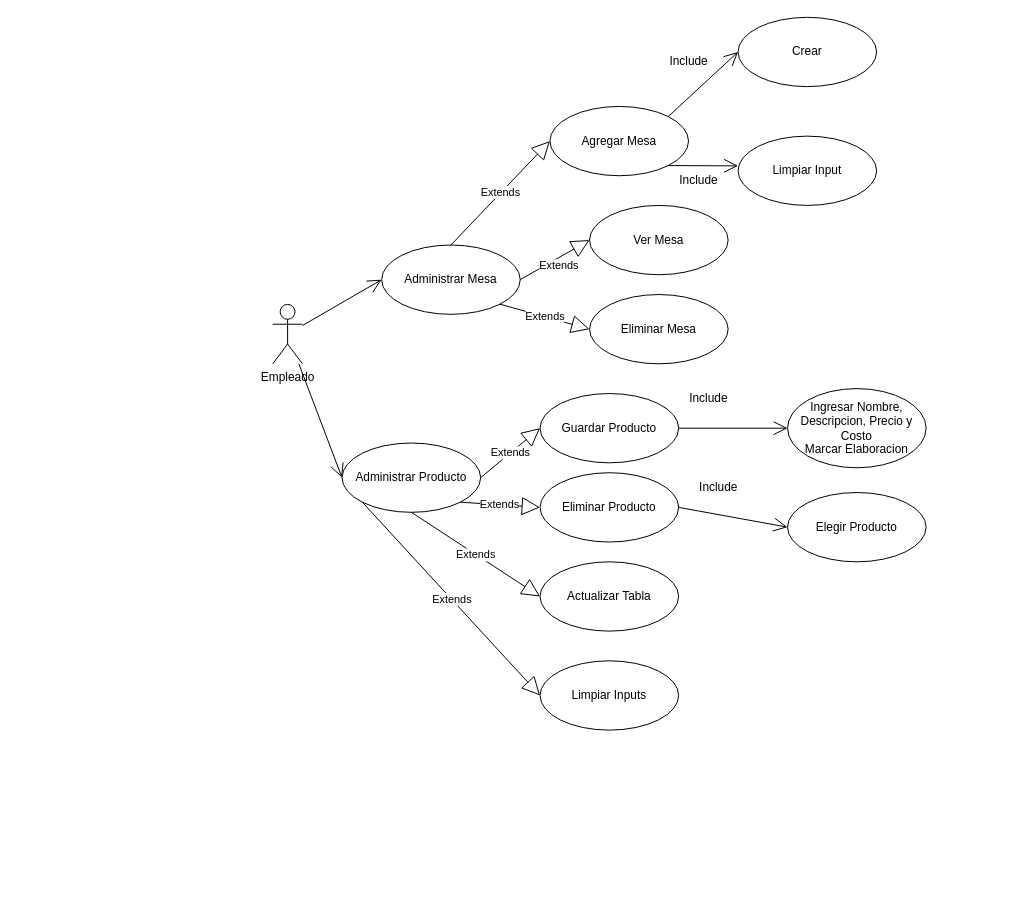
This is Caso_de_Uso_TitoRestobar.drawio from VinceSM/Diagramas_Tito, a draw.io file, before an edit. Source tidied: cells renumbered, new cells numbered last; positions are measured from the earlier drawing's top-left corner, leaving out a move shared by most shapes. Both pictures are drawn from the tidied source at 99%, with x=0, y=0 at pixel (272, 17).
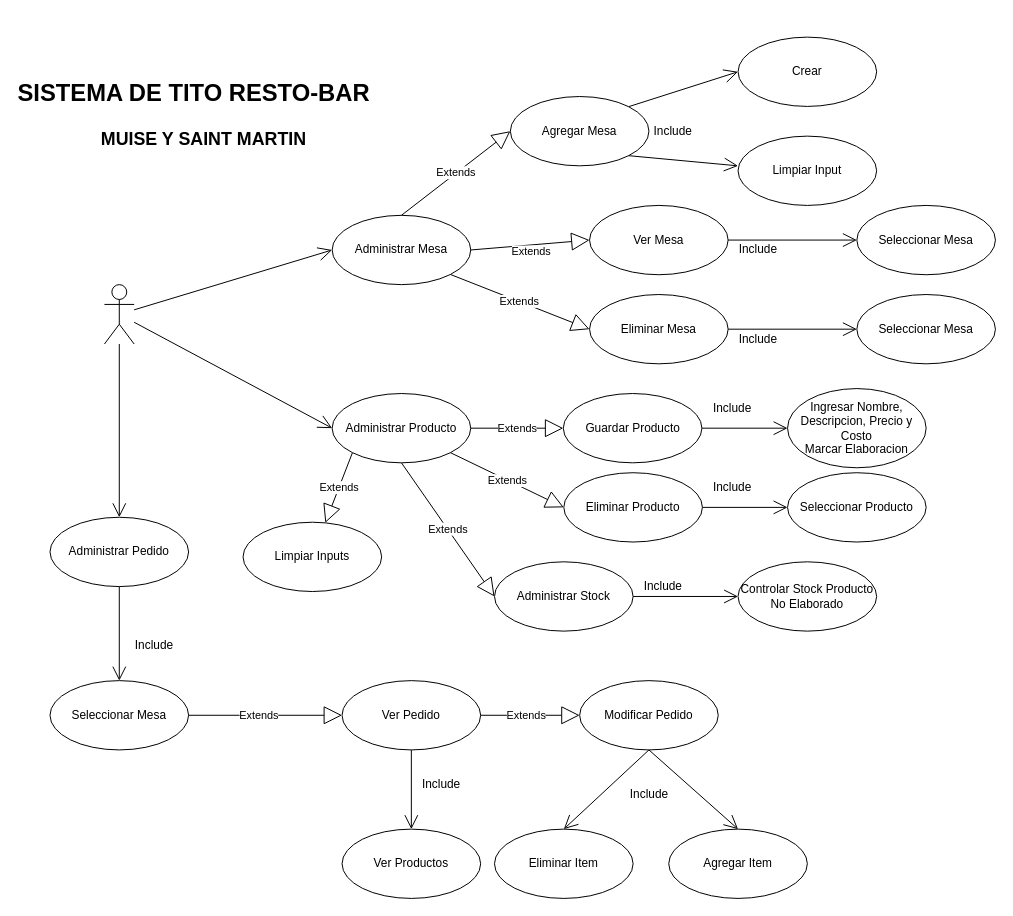
The same diagram, later.

Commit message (it also covers changes not shown here):
Diagrama CDU Terminado

Unchanged cells that the change refers to:
```xml
<mxCell id="6" value="Ver Mesa" style="ellipse;whiteSpace=wrap;html=1;" parent="1" vertex="1">
  <mxGeometry x="320" y="190" width="140" height="70" as="geometry" />
</mxCell>
<mxCell id="9" value="Eliminar Mesa" style="ellipse;whiteSpace=wrap;html=1;" parent="1" vertex="1">
  <mxGeometry x="320" y="280" width="140" height="70" as="geometry" />
</mxCell>
```

The edit, as a diff of the source:
```diff
@@
-    <mxCell id="2" value="Empleado" style="shape=umlActor;verticalLabelPosition=bottom;verticalAlign=top;html=1;outlineConnect=0;" parent="1" vertex="1">
-      <mxGeometry y="290" width="30" height="60" as="geometry" />
+    <mxCell id="2" style="shape=umlActor;verticalLabelPosition=bottom;verticalAlign=top;html=1;outlineConnect=0;" parent="1" vertex="1">
+      <mxGeometry x="-170" y="270" width="30" height="60" as="geometry" />
     </mxCell>
     <mxCell id="3" value="Administrar Mesa" style="ellipse;whiteSpace=wrap;html=1;" parent="1" vertex="1">
-      <mxGeometry x="110" y="230" width="140" height="70" as="geometry" />
+      <mxGeometry x="60" y="200" width="140" height="70" as="geometry" />
     </mxCell>
@@
     <mxCell id="5" value="Agregar Mesa" style="ellipse;whiteSpace=wrap;html=1;" parent="1" vertex="1">
-      <mxGeometry x="280" y="90" width="140" height="70" as="geometry" />
+      <mxGeometry x="240" y="80" width="140" height="70" as="geometry" />
     </mxCell>
@@
     <mxCell id="10" value="Crear" style="ellipse;whiteSpace=wrap;html=1;" parent="1" vertex="1">
-      <mxGeometry x="470" width="140" height="70" as="geometry" />
+      <mxGeometry x="470" y="20" width="140" height="70" as="geometry" />
     </mxCell>
@@
     <mxCell id="14" value="Include" style="text;html=1;align=center;verticalAlign=middle;strokeColor=none;fillColor=none;" parent="1" vertex="1">
-      <mxGeometry x="400" y="150" width="60" height="30" as="geometry" />
+      <mxGeometry x="374" y="100" width="60" height="30" as="geometry" />
     </mxCell>
-    <mxCell id="15" value="Include" style="text;html=1;align=center;verticalAlign=middle;strokeColor=none;fillColor=none;" parent="1" vertex="1">
-      <mxGeometry x="390" y="30" width="60" height="30" as="geometry" />
-    </mxCell>
@@
     <mxCell id="18" value="Administrar Producto" style="ellipse;whiteSpace=wrap;html=1;" parent="1" vertex="1">
-      <mxGeometry x="70" y="430" width="140" height="70" as="geometry" />
+      <mxGeometry x="60" y="380" width="140" height="70" as="geometry" />
     </mxCell>
@@
     <mxCell id="20" value="Guardar Producto" style="ellipse;whiteSpace=wrap;html=1;" parent="1" vertex="1">
-      <mxGeometry x="270" y="380" width="140" height="70" as="geometry" />
+      <mxGeometry x="293.5" y="380" width="140" height="70" as="geometry" />
     </mxCell>
@@
     <mxCell id="23" value="Include" style="text;html=1;align=center;verticalAlign=middle;strokeColor=none;fillColor=none;" parent="1" vertex="1">
-      <mxGeometry x="410" y="370" width="60" height="30" as="geometry" />
+      <mxGeometry x="434" y="380" width="60" height="30" as="geometry" />
     </mxCell>
@@
     <mxCell id="25" value="Eliminar Producto" style="ellipse;whiteSpace=wrap;html=1;" parent="1" vertex="1">
-      <mxGeometry x="270" y="460" width="140" height="70" as="geometry" />
+      <mxGeometry x="294" y="460" width="140" height="70" as="geometry" />
     </mxCell>
@@
-    <mxCell id="27" value="Elegir Producto" style="ellipse;whiteSpace=wrap;html=1;" parent="1" vertex="1">
-      <mxGeometry x="520" y="480" width="140" height="70" as="geometry" />
+    <mxCell id="27" value="Seleccionar Producto" style="ellipse;whiteSpace=wrap;html=1;" parent="1" vertex="1">
+      <mxGeometry x="520" y="460" width="140" height="70" as="geometry" />
     </mxCell>
     <mxCell id="28" value="Include" style="text;html=1;align=center;verticalAlign=middle;strokeColor=none;fillColor=none;" parent="1" vertex="1">
-      <mxGeometry x="420" y="460" width="60" height="30" as="geometry" />
+      <mxGeometry x="433.5" y="460" width="60" height="30" as="geometry" />
     </mxCell>
-    <mxCell id="29" value="Extends" style="endArrow=block;endSize=16;endFill=0;html=1;rounded=0;exitX=0.5;exitY=1;exitDx=0;exitDy=0;entryX=0;entryY=0.5;entryDx=0;entryDy=0;" parent="1" edge="1" source="18" target="30">
+    <mxCell id="29" value="Extends" style="endArrow=block;endSize=16;endFill=0;html=1;rounded=0;exitX=0.5;exitY=1;exitDx=0;exitDy=0;entryX=0;entryY=0.5;entryDx=0;entryDy=0;" parent="1" edge="1" source="18" target="56">
       <mxGeometry relative="1" as="geometry" />
     </mxCell>
-    <mxCell id="30" value="Actualizar Tabla" style="ellipse;whiteSpace=wrap;html=1;" parent="1" vertex="1">
-      <mxGeometry x="270" y="550" width="140" height="70" as="geometry" />
-    </mxCell>
+    <mxCell id="32" value="Limpiar Inputs" style="ellipse;whiteSpace=wrap;html=1;" parent="1" vertex="1">
+      <mxGeometry x="-30" y="510" width="140" height="70" as="geometry" />
+    </mxCell>
+    <mxCell id="33" style="endArrow=open;endFill=1;endSize=12;html=1;rounded=0;exitX=1;exitY=0.5;exitDx=0;exitDy=0;entryX=0;entryY=0.5;entryDx=0;entryDy=0;" parent="1" edge="1" source="6" target="35">
+      <mxGeometry relative="1" as="geometry" />
+    </mxCell>
+    <mxCell id="34" value="Include" style="text;html=1;align=center;verticalAlign=middle;strokeColor=none;fillColor=none;" parent="1" vertex="1">
+      <mxGeometry x="460" y="220" width="60" height="30" as="geometry" />
+    </mxCell>
+    <mxCell id="35" value="Seleccionar Mesa" style="ellipse;whiteSpace=wrap;html=1;" parent="1" vertex="1">
+      <mxGeometry x="590" y="190" width="140" height="70" as="geometry" />
+    </mxCell>
+    <mxCell id="36" style="endArrow=open;endFill=1;endSize=12;html=1;rounded=0;exitX=1;exitY=0.5;exitDx=0;exitDy=0;entryX=0;entryY=0.5;entryDx=0;entryDy=0;" parent="1" edge="1" source="9" target="38">
+      <mxGeometry relative="1" as="geometry" />
+    </mxCell>
+    <mxCell id="37" value="Include" style="text;html=1;align=center;verticalAlign=middle;strokeColor=none;fillColor=none;" parent="1" vertex="1">
+      <mxGeometry x="460" y="310" width="60" height="30" as="geometry" />
+    </mxCell>
+    <mxCell id="38" value="Seleccionar Mesa" style="ellipse;whiteSpace=wrap;html=1;" parent="1" vertex="1">
+      <mxGeometry x="590" y="280" width="140" height="70" as="geometry" />
+    </mxCell>
+    <mxCell id="39" style="endArrow=open;endFill=1;endSize=12;html=1;rounded=0;entryX=0.5;entryY=0;entryDx=0;entryDy=0;" parent="1" edge="1" source="2" target="40">
+      <mxGeometry relative="1" as="geometry" />
+    </mxCell>
+    <mxCell id="40" value="Administrar Pedido" style="ellipse;whiteSpace=wrap;html=1;" parent="1" vertex="1">
+      <mxGeometry x="-225" y="505" width="140" height="70" as="geometry" />
+    </mxCell>
+    <mxCell id="41" style="endArrow=open;endFill=1;endSize=12;html=1;rounded=0;exitX=0.5;exitY=1;exitDx=0;exitDy=0;entryX=0.5;entryY=0;entryDx=0;entryDy=0;" parent="1" edge="1" source="40" target="43">
+      <mxGeometry relative="1" as="geometry" />
+    </mxCell>
+    <mxCell id="42" value="Include" style="text;html=1;align=center;verticalAlign=middle;strokeColor=none;fillColor=none;" parent="1" vertex="1">
+      <mxGeometry x="-150" y="620" width="60" height="30" as="geometry" />
+    </mxCell>
+    <mxCell id="43" value="Seleccionar Mesa" style="ellipse;whiteSpace=wrap;html=1;" parent="1" vertex="1">
+      <mxGeometry x="-225" y="670" width="140" height="70" as="geometry" />
+    </mxCell>
+    <mxCell id="44" value="Extends" style="endArrow=block;endSize=16;endFill=0;html=1;rounded=0;exitX=1;exitY=0.5;exitDx=0;exitDy=0;entryX=0;entryY=0.5;entryDx=0;entryDy=0;" parent="1" edge="1" source="43" target="45">
+      <mxGeometry x="-0.08" relative="1" as="geometry" />
+    </mxCell>
+    <mxCell id="45" value="Ver Pedido" style="ellipse;whiteSpace=wrap;html=1;" parent="1" vertex="1">
+      <mxGeometry x="70" y="670" width="140" height="70" as="geometry" />
+    </mxCell>
+    <mxCell id="46" value="Extends" style="endArrow=block;endSize=16;endFill=0;html=1;rounded=0;exitX=1;exitY=0.5;exitDx=0;exitDy=0;entryX=0;entryY=0.5;entryDx=0;entryDy=0;" parent="1" edge="1" source="45" target="47">
+      <mxGeometry x="-0.08" relative="1" as="geometry" />
+    </mxCell>
+    <mxCell id="47" value="Modificar Pedido" style="ellipse;whiteSpace=wrap;html=1;" parent="1" vertex="1">
+      <mxGeometry x="310" y="670" width="140" height="70" as="geometry" />
+    </mxCell>
+    <mxCell id="48" value="Include" style="text;html=1;align=center;verticalAlign=middle;strokeColor=none;fillColor=none;" parent="1" vertex="1">
+      <mxGeometry x="350" y="770" width="60" height="30" as="geometry" />
+    </mxCell>
+    <mxCell id="49" style="endArrow=open;endFill=1;endSize=12;html=1;rounded=0;exitX=0.5;exitY=1;exitDx=0;exitDy=0;entryX=0.5;entryY=0;entryDx=0;entryDy=0;" parent="1" edge="1" source="47" target="50">
+      <mxGeometry relative="1" as="geometry" />
+    </mxCell>
+    <mxCell id="50" value="Agregar Item" style="ellipse;whiteSpace=wrap;html=1;" parent="1" vertex="1">
+      <mxGeometry x="400" y="820" width="140" height="70" as="geometry" />
+    </mxCell>
+    <mxCell id="51" style="endArrow=open;endFill=1;endSize=12;html=1;rounded=0;exitX=0.5;exitY=1;exitDx=0;exitDy=0;entryX=0.5;entryY=0;entryDx=0;entryDy=0;" parent="1" edge="1" source="47" target="52">
+      <mxGeometry relative="1" as="geometry" />
+    </mxCell>
+    <mxCell id="52" value="Eliminar Item" style="ellipse;whiteSpace=wrap;html=1;" parent="1" vertex="1">
+      <mxGeometry x="224" y="820" width="140" height="70" as="geometry" />
+    </mxCell>
+    <mxCell id="53" style="endArrow=open;endFill=1;endSize=12;html=1;rounded=0;exitX=0.5;exitY=1;exitDx=0;exitDy=0;entryX=0.5;entryY=0;entryDx=0;entryDy=0;" parent="1" edge="1" source="45" target="55">
+      <mxGeometry relative="1" as="geometry" />
+    </mxCell>
+    <mxCell id="54" value="Include" style="text;html=1;align=center;verticalAlign=middle;strokeColor=none;fillColor=none;" parent="1" vertex="1">
+      <mxGeometry x="140" y="760" width="60" height="30" as="geometry" />
+    </mxCell>
+    <mxCell id="55" value="Ver Productos" style="ellipse;whiteSpace=wrap;html=1;" parent="1" vertex="1">
+      <mxGeometry x="70" y="820" width="140" height="70" as="geometry" />
+    </mxCell>
-    <mxCell id="31" value="Extends" style="endArrow=block;endSize=16;endFill=0;html=1;rounded=0;exitX=0;exitY=1;exitDx=0;exitDy=0;entryX=0;entryY=0.5;entryDx=0;entryDy=0;" parent="1" edge="1" source="18" target="32">
+    <mxCell id="31" value="Extends" style="endArrow=block;endSize=16;endFill=0;html=1;rounded=0;exitX=0;exitY=1;exitDx=0;exitDy=0;" parent="1" edge="1" source="18" target="32">
       <mxGeometry relative="1" as="geometry" />
     </mxCell>
-    <mxCell id="32" value="Limpiar Inputs" style="ellipse;whiteSpace=wrap;html=1;" parent="1" vertex="1">
-      <mxGeometry x="270" y="650" width="140" height="70" as="geometry" />
-    </mxCell>
+    <mxCell id="56" value="Administrar Stock" style="ellipse;whiteSpace=wrap;html=1;" parent="1" vertex="1">
+      <mxGeometry x="224" y="550" width="140" height="70" as="geometry" />
+    </mxCell>
+    <mxCell id="57" value="Include" style="text;html=1;align=center;verticalAlign=middle;strokeColor=none;fillColor=none;" parent="1" vertex="1">
+      <mxGeometry x="364" y="560" width="60" height="30" as="geometry" />
+    </mxCell>
+    <mxCell id="58" style="endArrow=open;endFill=1;endSize=12;html=1;rounded=0;exitX=1;exitY=0.5;exitDx=0;exitDy=0;entryX=0;entryY=0.5;entryDx=0;entryDy=0;" parent="1" edge="1" source="56" target="59">
+      <mxGeometry relative="1" as="geometry" />
+    </mxCell>
+    <mxCell id="59" value="Controlar Stock Producto No Elaborado" style="ellipse;whiteSpace=wrap;html=1;" parent="1" vertex="1">
+      <mxGeometry x="470" y="550" width="140" height="70" as="geometry" />
+    </mxCell>
+    <mxCell id="60" value="&lt;h1&gt;SISTEMA DE TITO RESTO-BAR&lt;/h1&gt;" style="text;align=center;fontStyle=1;verticalAlign=middle;spacingLeft=3;spacingRight=3;strokeColor=none;html=1;" parent="1" vertex="1">
+      <mxGeometry x="-120" y="64" width="80" height="26" as="geometry" />
+    </mxCell>
+    <mxCell id="61" value="&lt;h2&gt;MUISE Y SAINT MARTIN&lt;/h2&gt;" style="text;align=center;fontStyle=1;verticalAlign=middle;spacingLeft=3;spacingRight=3;strokeColor=none;html=1;" parent="1" vertex="1">
+      <mxGeometry x="-110" y="110" width="80" height="26" as="geometry" />
+    </mxCell>
```
